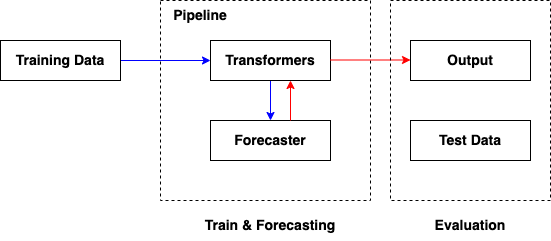
This is DS/time_series/sktime/img/Forecasting_6.png from lin-chen-DLA/lin-chen-DLA.github.io, a draw.io export, as it was before one commit. Source tidied: cells renumbered, new cells last; positions are measured from the earlier drawing's top-left corner, leaving out a move shared by most shapes.
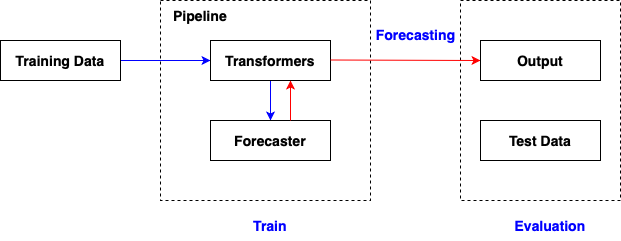
The same file after the commit.

The edit, as a diff of the source:
```diff
@@ -2,6 +2,9 @@
   <root>
     <mxCell id="0" />
     <mxCell id="1" parent="0" />
+    <mxCell id="13" style="rounded=0;whiteSpace=wrap;html=1;fillColor=none;dashed=1;" parent="1" vertex="1">
+      <mxGeometry x="460" width="160" height="200" as="geometry" />
+    </mxCell>
     <mxCell id="2" style="edgeStyle=orthogonalEdgeStyle;rounded=0;jettySize=auto;html=1;strokeColor=#0000FF;" parent="1" edge="1" source="3" target="5">
       <mxGeometry relative="1" as="geometry" />
     </mxCell>
@@ -18,7 +21,7 @@
       <mxGeometry x="210" y="120" width="120" height="40" as="geometry" />
     </mxCell>
     <mxCell id="7" value="&lt;font style=&quot;font-size: 14px;&quot;&gt;&lt;b&gt;Test Data&lt;/b&gt;&lt;/font&gt;" style="rounded=0;whiteSpace=wrap;html=1;" parent="1" vertex="1">
-      <mxGeometry x="410" y="120" width="120" height="40" as="geometry" />
+      <mxGeometry x="480" y="120" width="120" height="40" as="geometry" />
     </mxCell>
     <mxCell id="8" style="rounded=0;whiteSpace=wrap;html=1;fillColor=none;dashed=1;" parent="1" vertex="1">
       <mxGeometry x="160" width="210" height="200" as="geometry" />
@@ -32,23 +35,22 @@
         <mxPoint x="290" y="80" as="targetPoint" />
       </mxGeometry>
     </mxCell>
-    <mxCell id="11" style="edgeStyle=orthogonalEdgeStyle;rounded=0;orthogonalLoop=1;jettySize=auto;html=1;entryX=0;entryY=0.5;entryDx=0;entryDy=0;strokeColor=#FF0000;" parent="1" edge="1">
+    <mxCell id="11" style="edgeStyle=orthogonalEdgeStyle;rounded=0;jettySize=auto;html=1;strokeColor=#FF0000;entryX=0;entryY=0.5;entryDx=0;entryDy=0;" parent="1" edge="1" target="12">
       <mxGeometry relative="1" as="geometry">
         <mxPoint x="330" y="59.5" as="sourcePoint" />
-        <mxPoint x="410" y="59.5" as="targetPoint" />
       </mxGeometry>
     </mxCell>
     <mxCell id="12" value="&lt;font style=&quot;font-size: 14px;&quot;&gt;&lt;b&gt;Output&lt;/b&gt;&lt;/font&gt;" style="rounded=0;whiteSpace=wrap;html=1;" parent="1" vertex="1">
-      <mxGeometry x="410" y="40" width="120" height="40" as="geometry" />
+      <mxGeometry x="480" y="40" width="120" height="40" as="geometry" />
     </mxCell>
-    <mxCell id="13" style="rounded=0;whiteSpace=wrap;html=1;fillColor=none;dashed=1;" parent="1" vertex="1">
-      <mxGeometry x="390" width="160" height="200" as="geometry" />
-    </mxCell>
-    <mxCell id="14" value="&lt;font style=&quot;font-size: 14px;&quot;&gt;&lt;b&gt;Evaluation&lt;/b&gt;&lt;/font&gt;" style="text;html=1;strokeColor=none;fillColor=none;align=center;verticalAlign=middle;whiteSpace=wrap;rounded=0;" parent="1" vertex="1">
-      <mxGeometry x="440" y="210" width="60" height="30" as="geometry" />
+    <mxCell id="14" value="&lt;font color=&quot;#0000ff&quot; style=&quot;font-size: 14px;&quot;&gt;&lt;b&gt;Evaluation&lt;/b&gt;&lt;/font&gt;" style="text;html=1;strokeColor=none;fillColor=none;align=center;verticalAlign=middle;whiteSpace=wrap;rounded=0;" parent="1" vertex="1">
+      <mxGeometry x="520" y="210" width="60" height="30" as="geometry" />
     </mxCell>
-    <mxCell id="15" value="&lt;font style=&quot;font-size: 14px;&quot;&gt;&lt;b&gt;Train &amp;amp; Forecasting&lt;/b&gt;&lt;/font&gt;" style="text;html=1;strokeColor=none;fillColor=none;align=center;verticalAlign=middle;whiteSpace=wrap;rounded=0;" parent="1" vertex="1">
+    <mxCell id="15" value="&lt;font color=&quot;#0000ff&quot; style=&quot;font-size: 14px;&quot;&gt;&lt;b&gt;Train&lt;/b&gt;&lt;/font&gt;" style="text;html=1;strokeColor=none;fillColor=none;align=center;verticalAlign=middle;whiteSpace=wrap;rounded=0;" parent="1" vertex="1">
       <mxGeometry x="195" y="210" width="150" height="30" as="geometry" />
     </mxCell>
+    <mxCell id="16" value="&lt;b style=&quot;caret-color: rgb(0, 0, 0); font-family: Helvetica; font-size: 14px; font-style: normal; font-variant-caps: normal; letter-spacing: normal; text-align: center; text-indent: 0px; text-transform: none; white-space: normal; word-spacing: 0px; -webkit-text-stroke-width: 0px; text-decoration: none;&quot;&gt;&lt;font color=&quot;#0000ff&quot;&gt;&lt;span class=&quot;Apple-converted-space&quot;&gt;&amp;nbsp;&lt;/span&gt;Forecasting&lt;/font&gt;&lt;/b&gt;" style="text;whiteSpace=wrap;html=1;" parent="1" vertex="1">
+      <mxGeometry x="370" y="20" width="90" height="40" as="geometry" />
+    </mxCell>
   </root>
 </mxGraphModel>
```
